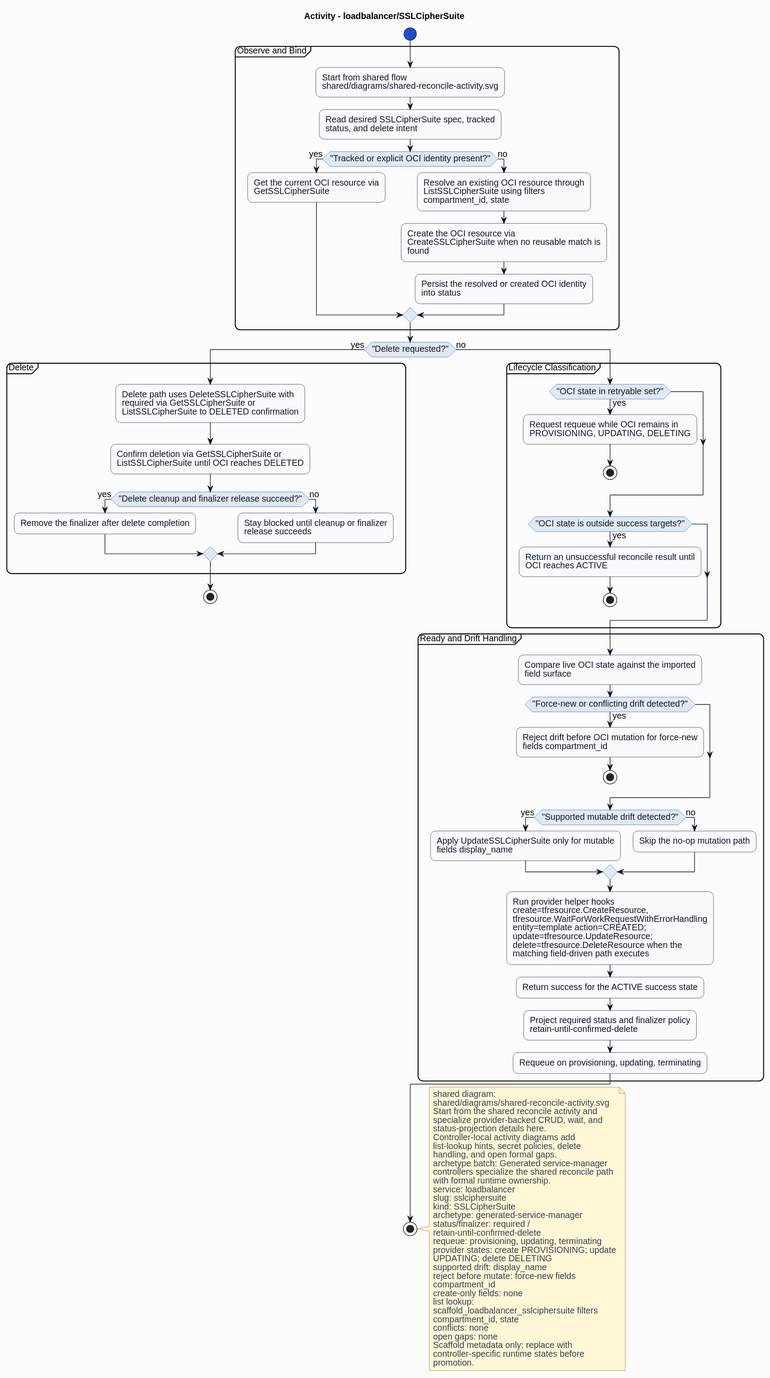
Earlier version of the PlantUML export formal/controllers/loadbalancer/sslciphersuite/diagrams/activity.svg (HaoyL666/oci-service-operator).
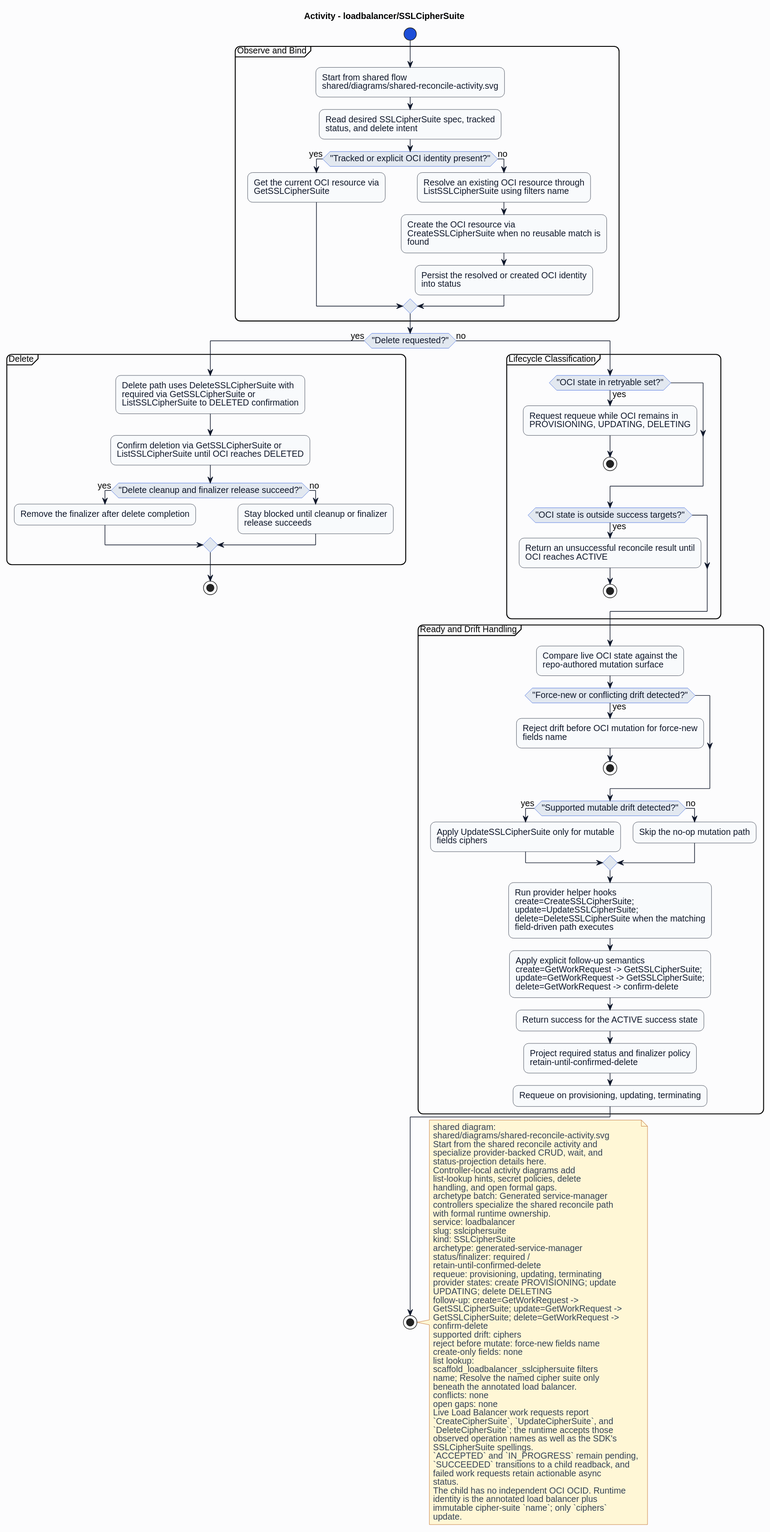
Later version of the same file.

Diff of the diagram source:
```diff
@@ -27,7 +27,7 @@
 if ("Tracked or explicit OCI identity present?") then (yes)
 :Get the current OCI resource via\nGetSSLCipherSuite;
 else (no)
-:Resolve an existing OCI resource through\nListSSLCipherSuite using filters\ncompartment_id, state;
+:Resolve an existing OCI resource through\nListSSLCipherSuite using filters name;
 :Create the OCI resource via\nCreateSSLCipherSuite when no reusable match is\nfound;
 :Persist the resolved or created OCI identity\ninto status;
 endif
@@ -55,17 +55,18 @@
 endif
 }
 partition "Ready and Drift Handling" {
-:Compare live OCI state against the imported\nfield surface;
+:Compare live OCI state against the\nrepo-authored mutation surface;
 if ("Force-new or conflicting drift detected?") then (yes)
-:Reject drift before OCI mutation for force-new\nfields compartment_id;
+:Reject drift before OCI mutation for force-new\nfields name;
 stop
 endif
 if ("Supported mutable drift detected?") then (yes)
-:Apply UpdateSSLCipherSuite only for mutable\nfields display_name;
+:Apply UpdateSSLCipherSuite only for mutable\nfields ciphers;
 else (no)
 :Skip the no-op mutation path;
 endif
-:Run provider helper hooks\ncreate=tfresource.CreateResource,\ntfresource.WaitForWorkRequestWithErrorHandling\nentity=template action=CREATED;\nupdate=tfresource.UpdateResource;\ndelete=tfresource.DeleteResource when the\nmatching field-driven path executes;
+:Run provider helper hooks\ncreate=CreateSSLCipherSuite;\nupdate=UpdateSSLCipherSuite;\ndelete=DeleteSSLCipherSuite when the matching\nfield-driven path executes;
+:Apply explicit follow-up semantics\ncreate=GetWorkRequest -> GetSSLCipherSuite;\nupdate=GetWorkRequest -> GetSSLCipherSuite;\ndelete=GetWorkRequest -> confirm-delete;
 :Return success for the ACTIVE success state;
 :Project required status and finalizer policy\nretain-until-confirmed-delete;
 :Requeue on provisioning, updating, terminating;
@@ -93,17 +94,31 @@
 requeue: provisioning, updating, terminating
 provider states: create PROVISIONING; update
 UPDATING; delete DELETING
-supported drift: display_name
-reject before mutate: force-new fields
-compartment_id
+follow-up: create=GetWorkRequest ->
+GetSSLCipherSuite; update=GetWorkRequest ->
+GetSSLCipherSuite; delete=GetWorkRequest ->
+confirm-delete
+supported drift: ciphers
+reject before mutate: force-new fields name
 create-only fields: none
 list lookup:
 scaffold_loadbalancer_sslciphersuite filters
-compartment_id, state
+name; Resolve the named cipher suite only
+beneath the annotated load balancer.
 conflicts: none
 open gaps: none
-Scaffold metadata only; replace with
-controller-specific runtime states before
-promotion.
+Live Load Balancer work requests report
+`CreateCipherSuite`, `UpdateCipherSuite`, and
+`DeleteCipherSuite`; the runtime accepts those
+observed operation names as well as the SDK's
+SSLCipherSuite spellings.
+`ACCEPTED` and `IN_PROGRESS` remain pending,
+`SUCCEEDED` transitions to a child readback, and
+failed work requests retain actionable async
+status.
+The child has no independent OCI OCID. Runtime
+identity is the annotated load balancer plus
+immutable cipher-suite `name`; only `ciphers`
+update.
 end note
 @enduml
```
